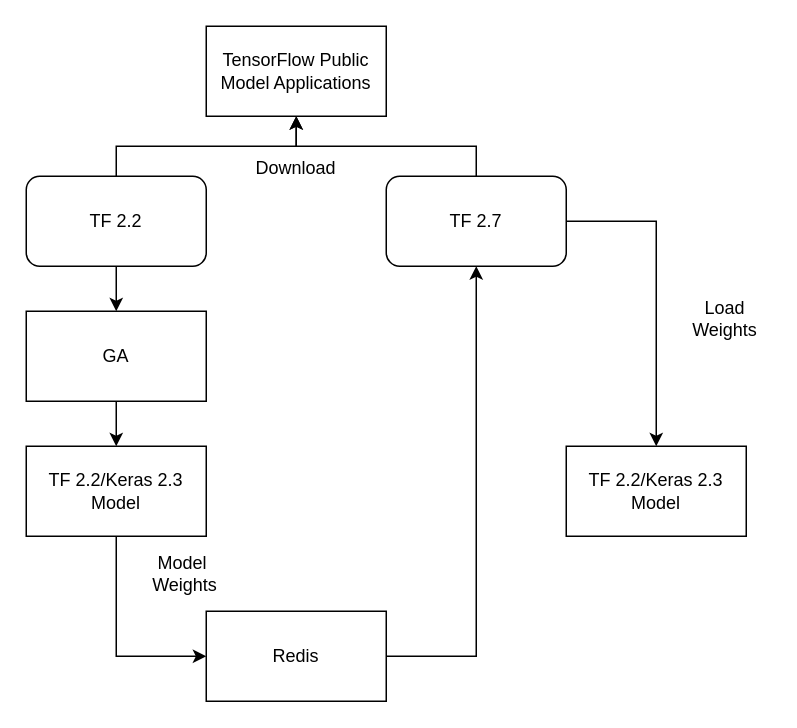
This is GA/stable/tf22_to_27.drawio from kelvinlyy/DCDT, a draw.io file, before an edit. Source tidied: cells renumbered, new cells numbered last; positions are measured from the earlier drawing's top-left corner, leaving out a move shared by most shapes. Both pictures are drawn from the tidied source at 150%, with x=0, y=0 at pixel (26, 26).
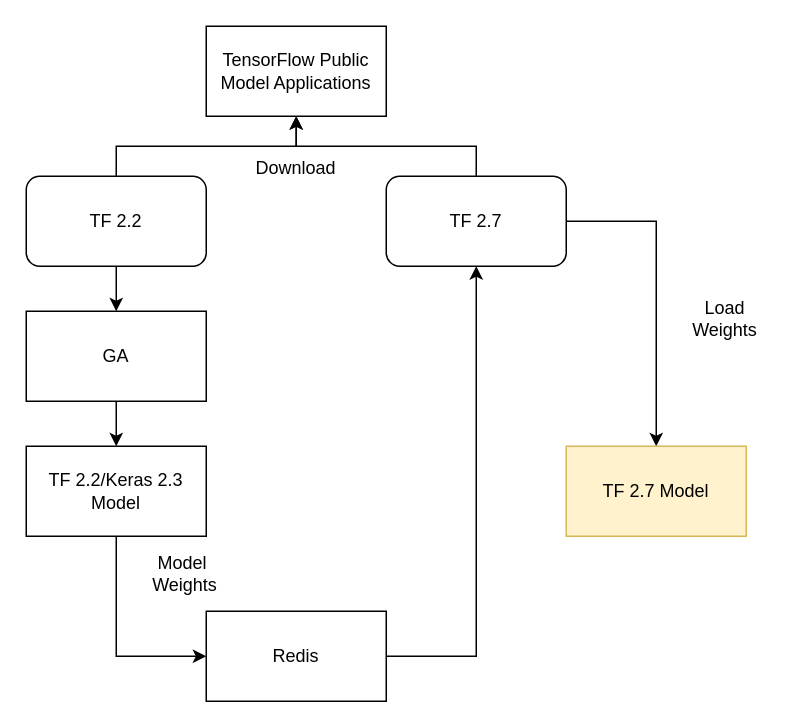
The same page after the edit.

The edit, as a diff of the source:
```diff
@@
-    <mxCell id="17" value="TF 2.2/Keras 2.3 Model" style="rounded=0;whiteSpace=wrap;html=1;" parent="1" vertex="1">
+    <mxCell id="17" value="TF 2.7 Model" style="rounded=0;whiteSpace=wrap;html=1;fillColor=#fff2cc;strokeColor=#d6b656;" parent="1" vertex="1">
       <mxGeometry x="360" y="280" width="120" height="60" as="geometry" />
     </mxCell>
```
